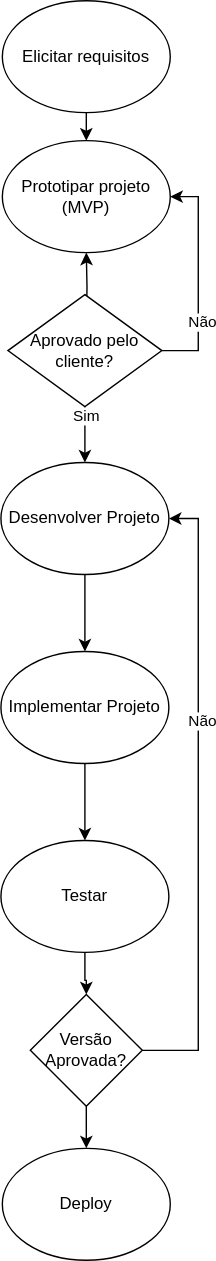
Earlier version of the draw.io export Atividade1_database.drawio.svg (t-aaago/EngSoft). Source tidied: cells renumbered, new cells last; positions are measured from the earlier drawing's top-left corner, leaving out a move shared by most shapes. Source of this version:
```xml
<mxGraphModel>
  <root>
    <mxCell id="0" />
    <mxCell id="1" parent="0" />
    <mxCell id="2" style="edgeStyle=orthogonalEdgeStyle;rounded=0;jettySize=auto;html=1;" parent="1" edge="1" source="3">
      <mxGeometry relative="1" as="geometry">
        <mxPoint x="61" y="100" as="targetPoint" />
      </mxGeometry>
    </mxCell>
    <mxCell id="3" value="Elicitar requisitos" style="ellipse;whiteSpace=wrap;html=1;" parent="1" vertex="1">
      <mxGeometry x="1" width="120" height="80" as="geometry" />
    </mxCell>
    <mxCell id="4" value="Prototipar projeto&lt;br&gt;(MVP)" style="ellipse;whiteSpace=wrap;html=1;" parent="1" vertex="1">
      <mxGeometry x="1" y="100" width="120" height="80" as="geometry" />
    </mxCell>
    <mxCell id="5" style="edgeStyle=orthogonalEdgeStyle;rounded=0;jettySize=auto;html=1;entryX=0.5;entryY=1;entryDx=0;entryDy=0;" parent="1" edge="1" target="4">
      <mxGeometry relative="1" as="geometry">
        <mxPoint x="61" y="230" as="sourcePoint" />
      </mxGeometry>
    </mxCell>
    <mxCell id="6" style="edgeStyle=orthogonalEdgeStyle;rounded=0;jettySize=auto;html=1;entryX=1;entryY=0.5;entryDx=0;entryDy=0;" parent="1" edge="1" source="10" target="4">
      <mxGeometry relative="1" as="geometry">
        <Array as="points">
          <mxPoint x="141" y="250" />
          <mxPoint x="141" y="140" />
        </Array>
      </mxGeometry>
    </mxCell>
    <mxCell id="7" value="Não" style="edgeLabel;html=1;align=center;verticalAlign=middle;" parent="6" vertex="1">
      <mxGeometry x="-0.39" y="-2" relative="1" as="geometry" />
    </mxCell>
    <mxCell id="8" style="edgeStyle=orthogonalEdgeStyle;rounded=0;jettySize=auto;html=1;entryX=0.5;entryY=0;entryDx=0;entryDy=0;" parent="1" edge="1" source="10" target="12">
      <mxGeometry relative="1" as="geometry" />
    </mxCell>
    <mxCell id="9" value="Sim" style="edgeLabel;html=1;align=center;verticalAlign=middle;" parent="8" vertex="1">
      <mxGeometry x="-0.68" relative="1" as="geometry" />
    </mxCell>
    <mxCell id="10" value="Aprovado pelo cliente?" style="rhombus;whiteSpace=wrap;html=1;" parent="1" vertex="1">
      <mxGeometry x="5" y="210" width="110" height="80" as="geometry" />
    </mxCell>
    <mxCell id="11" style="edgeStyle=orthogonalEdgeStyle;rounded=0;jettySize=auto;html=1;entryX=0.5;entryY=0;entryDx=0;entryDy=0;" parent="1" edge="1" source="12" target="14">
      <mxGeometry relative="1" as="geometry" />
    </mxCell>
    <mxCell id="12" value="Desenvolver Projeto" style="ellipse;whiteSpace=wrap;html=1;" parent="1" vertex="1">
      <mxGeometry y="330" width="120" height="80" as="geometry" />
    </mxCell>
    <mxCell id="13" style="edgeStyle=orthogonalEdgeStyle;rounded=0;jettySize=auto;html=1;entryX=0.5;entryY=0;entryDx=0;entryDy=0;" parent="1" edge="1" source="14" target="16">
      <mxGeometry relative="1" as="geometry" />
    </mxCell>
    <mxCell id="14" value="Implementar Projeto" style="ellipse;whiteSpace=wrap;html=1;" parent="1" vertex="1">
      <mxGeometry y="465" width="120" height="80" as="geometry" />
    </mxCell>
    <mxCell id="15" style="edgeStyle=orthogonalEdgeStyle;rounded=0;jettySize=auto;html=1;entryX=0.5;entryY=0;entryDx=0;entryDy=0;" parent="1" edge="1" source="16" target="20">
      <mxGeometry relative="1" as="geometry" />
    </mxCell>
    <mxCell id="16" value="Testar" style="ellipse;whiteSpace=wrap;html=1;" parent="1" vertex="1">
      <mxGeometry y="600" width="120" height="80" as="geometry" />
    </mxCell>
    <mxCell id="17" style="edgeStyle=orthogonalEdgeStyle;rounded=0;jettySize=auto;html=1;entryX=1;entryY=0.5;entryDx=0;entryDy=0;" parent="1" edge="1" source="20" target="12">
      <mxGeometry relative="1" as="geometry">
        <Array as="points">
          <mxPoint x="141" y="750" />
          <mxPoint x="141" y="370" />
        </Array>
      </mxGeometry>
    </mxCell>
    <mxCell id="18" value="Não" style="edgeLabel;html=1;align=center;verticalAlign=middle;" parent="17" vertex="1">
      <mxGeometry x="0.25" y="-2" relative="1" as="geometry" />
    </mxCell>
    <mxCell id="19" style="edgeStyle=orthogonalEdgeStyle;rounded=0;jettySize=auto;html=1;entryX=0.5;entryY=0;entryDx=0;entryDy=0;" parent="1" edge="1" source="20" target="21">
      <mxGeometry relative="1" as="geometry" />
    </mxCell>
    <mxCell id="20" value="Versão Aprovada?" style="rhombus;whiteSpace=wrap;html=1;" parent="1" vertex="1">
      <mxGeometry x="21" y="710" width="80" height="80" as="geometry" />
    </mxCell>
    <mxCell id="21" value="Deploy" style="ellipse;whiteSpace=wrap;html=1;" parent="1" vertex="1">
      <mxGeometry x="1" y="820" width="120" height="80" as="geometry" />
    </mxCell>
  </root>
</mxGraphModel>
```
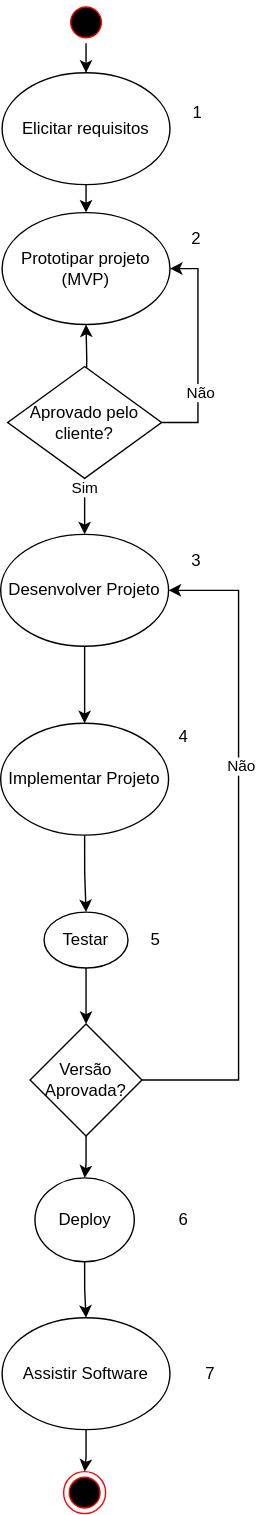
After the change.

Change to the diagram source:
```diff
@@ -54,13 +54,13 @@
       <mxGeometry relative="1" as="geometry" />
     </mxCell>
     <mxCell id="16" value="Testar" style="ellipse;whiteSpace=wrap;html=1;" parent="1" vertex="1">
-      <mxGeometry y="600" width="120" height="80" as="geometry" />
+      <mxGeometry x="31" y="600" width="60" height="40" as="geometry" />
     </mxCell>
-    <mxCell id="17" style="edgeStyle=orthogonalEdgeStyle;rounded=0;jettySize=auto;html=1;entryX=1;entryY=0.5;entryDx=0;entryDy=0;" parent="1" edge="1" source="20" target="12">
+    <mxCell id="17" style="edgeStyle=orthogonalEdgeStyle;rounded=0;jettySize=auto;html=1;entryX=1;entryY=0.5;entryDx=0;entryDy=0;exitX=1;exitY=0.5;exitDx=0;exitDy=0;" parent="1" edge="1" source="20" target="12">
       <mxGeometry relative="1" as="geometry">
         <Array as="points">
-          <mxPoint x="141" y="750" />
-          <mxPoint x="141" y="370" />
+          <mxPoint x="170" y="720" />
+          <mxPoint x="170" y="370" />
         </Array>
       </mxGeometry>
     </mxCell>
@@ -71,10 +71,49 @@
       <mxGeometry relative="1" as="geometry" />
     </mxCell>
     <mxCell id="20" value="Versão Aprovada?" style="rhombus;whiteSpace=wrap;html=1;" parent="1" vertex="1">
-      <mxGeometry x="21" y="710" width="80" height="80" as="geometry" />
+      <mxGeometry x="21" y="680" width="80" height="80" as="geometry" />
     </mxCell>
+    <mxCell id="22" style="edgeStyle=orthogonalEdgeStyle;rounded=0;jettySize=auto;html=1;entryX=0.5;entryY=0;entryDx=0;entryDy=0;" parent="1" edge="1" source="21" target="26">
+      <mxGeometry relative="1" as="geometry" />
+    </mxCell>
     <mxCell id="21" value="Deploy" style="ellipse;whiteSpace=wrap;html=1;" parent="1" vertex="1">
-      <mxGeometry x="1" y="820" width="120" height="80" as="geometry" />
+      <mxGeometry x="24.5" y="790" width="71" height="60" as="geometry" />
     </mxCell>
+    <mxCell id="23" style="edgeStyle=orthogonalEdgeStyle;rounded=0;jettySize=auto;html=1;entryX=0.5;entryY=0;entryDx=0;entryDy=0;" parent="1" edge="1" source="24" target="3">
+      <mxGeometry relative="1" as="geometry" />
+    </mxCell>
+    <mxCell id="24" style="ellipse;html=1;shape=startState;fillColor=#000000;strokeColor=#ff0000;" parent="1" vertex="1">
+      <mxGeometry x="46" y="-51" width="30" height="30" as="geometry" />
+    </mxCell>
+    <mxCell id="25" style="edgeStyle=orthogonalEdgeStyle;rounded=0;jettySize=auto;html=1;entryX=0.5;entryY=0;entryDx=0;entryDy=0;" parent="1" edge="1" source="26" target="27">
+      <mxGeometry relative="1" as="geometry" />
+    </mxCell>
+    <mxCell id="26" value="Assistir Software" style="ellipse;whiteSpace=wrap;html=1;" parent="1" vertex="1">
+      <mxGeometry x="1" y="890" width="120" height="80" as="geometry" />
+    </mxCell>
+    <mxCell id="27" style="ellipse;html=1;shape=endState;fillColor=#000000;strokeColor=#ff0000;" parent="1" vertex="1">
+      <mxGeometry x="45" y="1000" width="30" height="30" as="geometry" />
+    </mxCell>
+    <mxCell id="28" value="1" style="text;html=1;align=center;verticalAlign=middle;whiteSpace=wrap;rounded=0;" parent="1" vertex="1">
+      <mxGeometry x="121" y="19" width="40" height="20" as="geometry" />
+    </mxCell>
+    <mxCell id="29" value="5" style="text;html=1;align=center;verticalAlign=middle;whiteSpace=wrap;rounded=0;" parent="1" vertex="1">
+      <mxGeometry x="91" y="610" width="40" height="20" as="geometry" />
+    </mxCell>
+    <mxCell id="30" value="4" style="text;html=1;align=center;verticalAlign=middle;whiteSpace=wrap;rounded=0;" parent="1" vertex="1">
+      <mxGeometry x="111" y="465" width="40" height="20" as="geometry" />
+    </mxCell>
+    <mxCell id="31" value="3" style="text;html=1;align=center;verticalAlign=middle;whiteSpace=wrap;rounded=0;" parent="1" vertex="1">
+      <mxGeometry x="120" y="339" width="40" height="20" as="geometry" />
+    </mxCell>
+    <mxCell id="32" value="2" style="text;html=1;align=center;verticalAlign=middle;whiteSpace=wrap;rounded=0;" parent="1" vertex="1">
+      <mxGeometry x="120" y="109" width="40" height="20" as="geometry" />
+    </mxCell>
+    <mxCell id="33" value="7" style="text;html=1;align=center;verticalAlign=middle;whiteSpace=wrap;rounded=0;" parent="1" vertex="1">
+      <mxGeometry x="130" y="920" width="40" height="20" as="geometry" />
+    </mxCell>
+    <mxCell id="34" value="6" style="text;html=1;align=center;verticalAlign=middle;whiteSpace=wrap;rounded=0;" parent="1" vertex="1">
+      <mxGeometry x="111" y="810" width="40" height="20" as="geometry" />
+    </mxCell>
   </root>
 </mxGraphModel>
```
